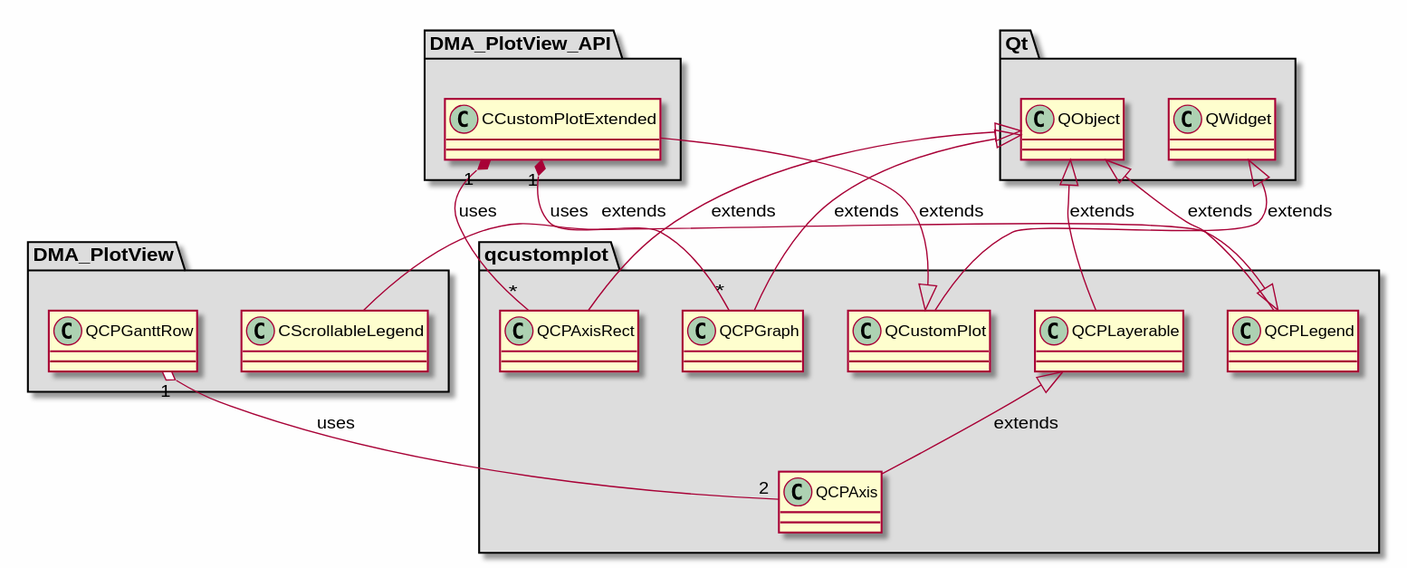
Before: md/dev_docs/puml/qcustomplot.svg, a diagram exported from PlantUML (svlad-90/DLT-Message-Analyzer).
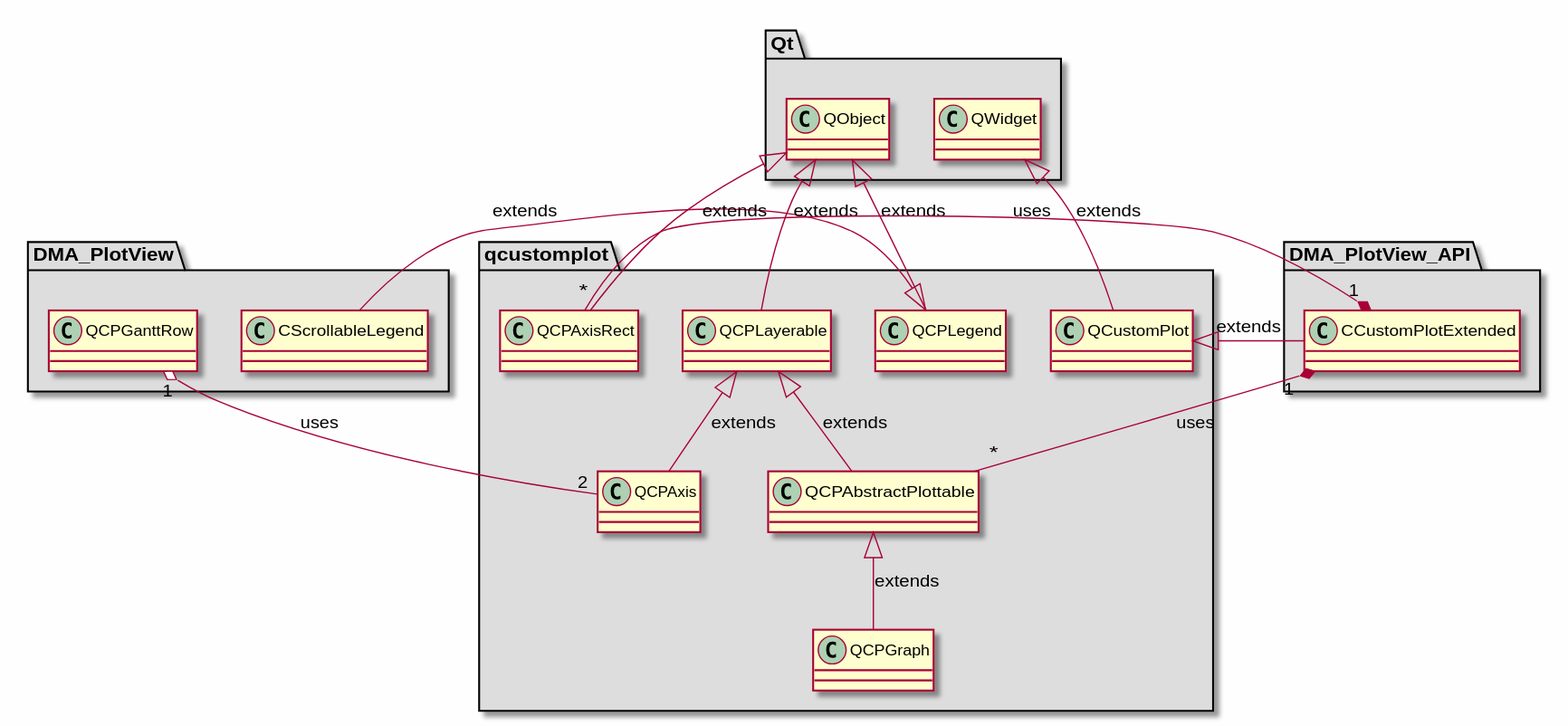
After the commit.

Diff of the diagram source:
```diff
@@ -40,6 +40,10 @@
 package "qcustomplot" #DDDDDD
 {
 
+class "QCPAbstractPlottable"
+{
+}
+
 class "QCPAxis"
 {
 }
@@ -68,15 +72,16 @@
 
 QCPLegend <|-- CScrollableLegend : extends
 QCustomPlot <|-- CCustomPlotExtended : extends
+QCPLayerable <|-- QCPAbstractPlottable : extends
 QCPLayerable <|-- QCPAxis : extends
 QObject <|-- QCPAxisRect : extends
-QObject <|-- QCPGraph : extends
+QCPAbstractPlottable <|-- QCPGraph : extends
 QObject <|-- QCPLayerable : extends
 QObject <|-- QCPLegend : extends
 QWidget <|-- QCustomPlot : extends
 
 QCPGanttRow "1" o-- "2" QCPAxis : uses
+CCustomPlotExtended "1" *-- "*" QCPAbstractPlottable : uses
 CCustomPlotExtended "1" *-- "*" QCPAxisRect : uses
-CCustomPlotExtended "1" *-- "*" QCPGraph : uses
 
 @enduml
```
